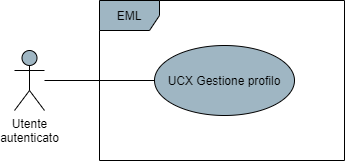
Before: DocumentazioneEsterna/AnalisiDeiRequisiti/res/UseCase/Immagini/ProfiloGenerale.png, a diagram exported from draw.io (Omicron-Team/Documentazione). Source tidied: cells renumbered, new cells last; positions are measured from the earlier drawing's top-left corner, leaving out a move shared by most shapes.
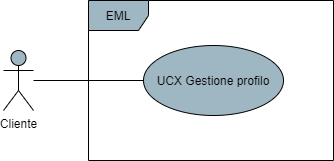
The same diagram one commit later.

Commit message:
aggiornati attori casi d'uso carrello e profilo

Diff of the diagram source:
```diff
@@ -5,7 +5,7 @@
     <mxCell id="2" style="edgeStyle=orthogonalEdgeStyle;rounded=0;jettySize=auto;html=1;endArrow=none;endFill=0;" parent="1" edge="1" source="3" target="5">
       <mxGeometry relative="1" as="geometry" />
     </mxCell>
-    <mxCell id="3" value="Utente&lt;br&gt;autenticato" style="shape=umlActor;verticalLabelPosition=bottom;verticalAlign=top;html=1;fillColor=#9FB6C3;" parent="1" vertex="1">
+    <mxCell id="3" value="Cliente" style="shape=umlActor;verticalLabelPosition=bottom;verticalAlign=top;html=1;fillColor=#9FB6C3;" parent="1" vertex="1">
       <mxGeometry y="50" width="30" height="60" as="geometry" />
     </mxCell>
     <mxCell id="4" value="EML" style="shape=umlFrame;whiteSpace=wrap;html=1;fillColor=#9FB6C3;" parent="1" vertex="1">
```
